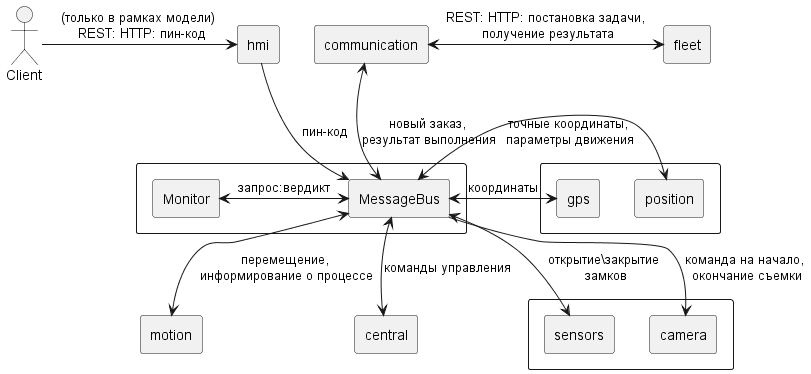
This is pics/dfd.png from Fishonground/Delivery, a PlantUML export, as it was before one commit. The source it was exported from:
```plantuml
@startuml
rectangle "motion" as motion
rectangle "central" as central

rectangle {
	rectangle "Monitor" as monitor
	rectangle "MessageBus" as kafka
}
rectangle {
rectangle "gps" as gps
rectangle "position" as position

}
rectangle "communication" as communication
rectangle "hmi" as hmi
rectangle {
rectangle "sensors" as sensors
rectangle "camera" as camera
}
rectangle "fleet" as fleet

:Client:

:Client: -> hmi: (только в рамках модели) \n REST: HTTP: пин-код
communication <-> fleet : REST: HTTP: постановка задачи,\n получение результата
hmi -down-> kafka: пин-код
central <-up-> kafka: команды управления
motion <-up->  kafka: перемещение, \nинформирование о процессе
position <-> kafka: точные координаты, \nпараметры движения
gps <-> kafka: координаты
communication <-down-> kafka: новый заказ, \nрезультат выполнения
sensors <-up-> kafka: открытие\закрытие\n замков
camera <-up- kafka: команда на начало,\n окончание съемки
monitor <-> kafka : запрос:вердикт


@enduml
```
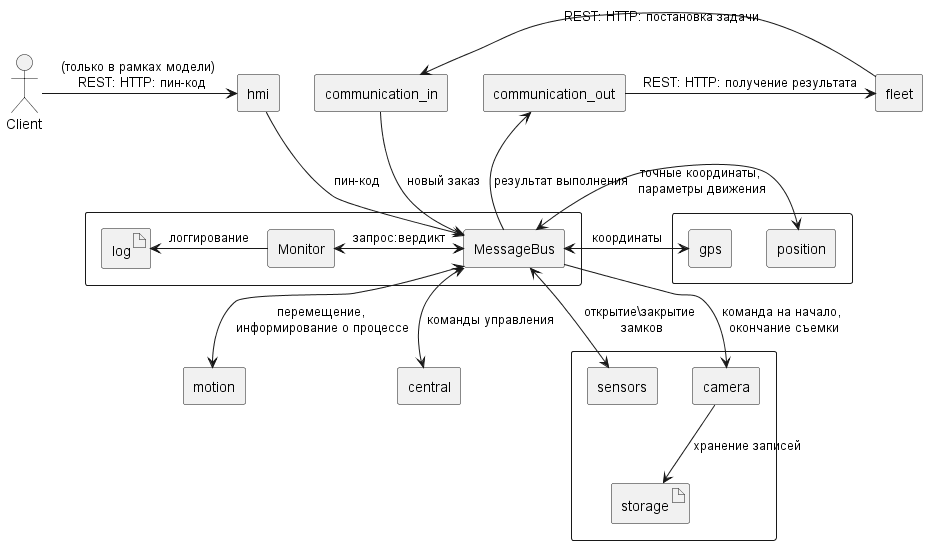
After the change.

The edit, as a diff of the source:
```diff
@@ -5,33 +5,42 @@
 rectangle {
 	rectangle "Monitor" as monitor
 	rectangle "MessageBus" as kafka
+	artifact "log" as log
 }
 rectangle {
 rectangle "gps" as gps
 rectangle "position" as position
 
 }
-rectangle "communication" as communication
+rectangle "communication_in" as communication_in
+rectangle "communication_out" as communication_out
 rectangle "hmi" as hmi
 rectangle {
 rectangle "sensors" as sensors
 rectangle "camera" as camera
+artifact "storage" as storage
 }
 rectangle "fleet" as fleet
+
+
 
 :Client:
 
 :Client: -> hmi: (только в рамках модели) \n REST: HTTP: пин-код
-communication <-> fleet : REST: HTTP: постановка задачи,\n получение результата
+communication_in <- fleet : REST: HTTP: постановка задачи
+communication_out -> fleet : REST: HTTP: получение результата
 hmi -down-> kafka: пин-код
 central <-up-> kafka: команды управления
 motion <-up->  kafka: перемещение, \nинформирование о процессе
 position <-> kafka: точные координаты, \nпараметры движения
 gps <-> kafka: координаты
-communication <-down-> kafka: новый заказ, \nрезультат выполнения
+communication_in -down-> kafka: новый заказ
+communication_out <-down- kafka: результат выполнения
 sensors <-up-> kafka: открытие\закрытие\n замков
 camera <-up- kafka: команда на начало,\n окончание съемки
+camera -down-> storage: хранение записей
 monitor <-> kafka : запрос:вердикт
+monitor -left-> log: логгирование
 
 
 @enduml
```
